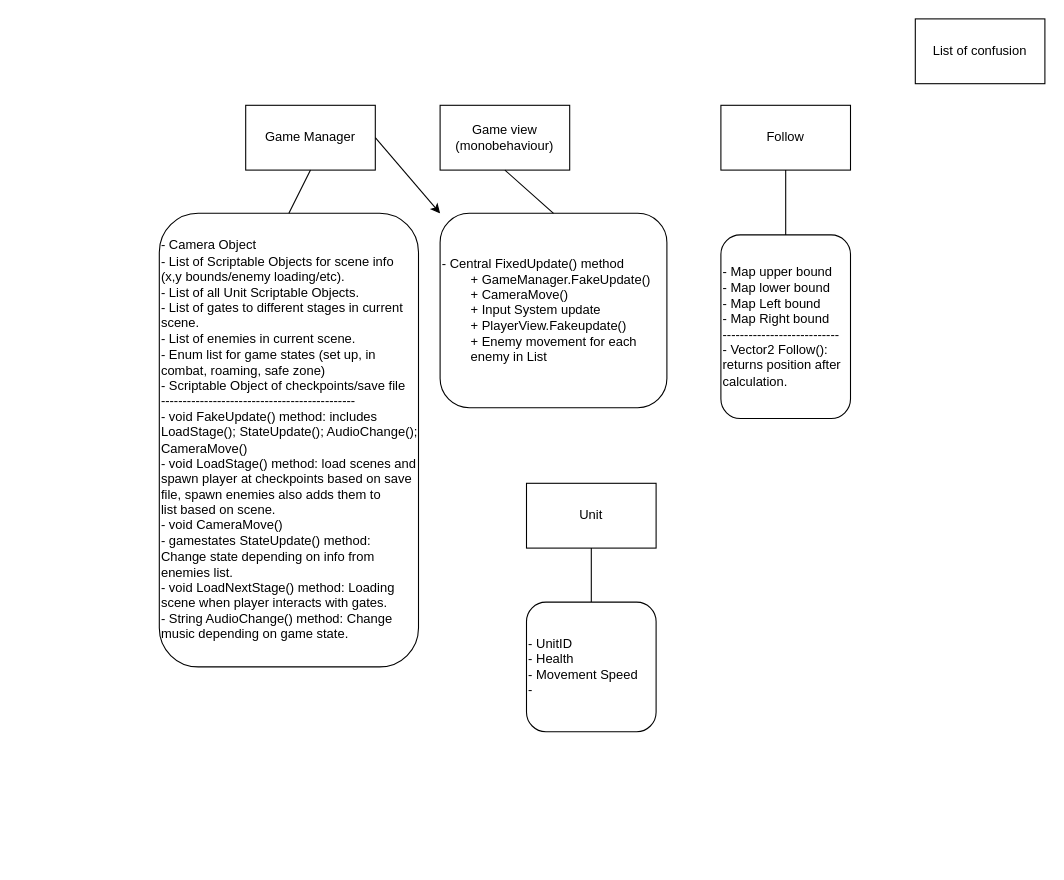
Before: Untitled Diagram.drawio in critschris/Attempt-at-Hollow-knight, a draw.io diagram. Source tidied: cells renumbered, new cells numbered last; positions are measured from the earlier drawing's top-left corner, leaving out a move shared by most shapes. Both pictures are drawn from the tidied source at 108%, with x=0, y=0 at pixel (159, 18).
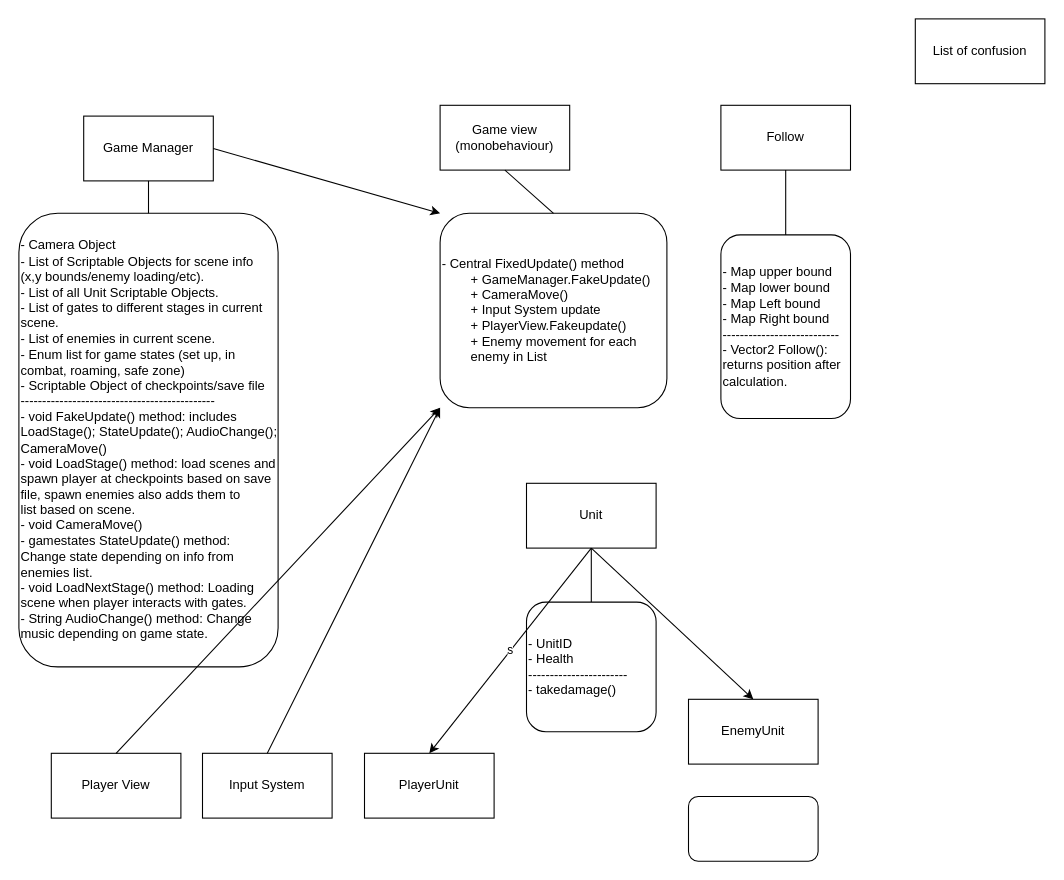
The same diagram, later.

The change refers to these unchanged cells:
```xml
<mxCell id="6" value="&lt;div&gt;- Central FixedUpdate() method&lt;/div&gt;&lt;div&gt;&lt;span style=&quot;white-space: pre;&quot;&gt;&#9;&lt;/span&gt;+ GameManager.FakeUpdate()&lt;br&gt;&lt;/div&gt;&lt;div&gt;&lt;span style=&quot;white-space: pre;&quot;&gt;&#9;&lt;/span&gt;+ CameraMove()&lt;br&gt;&lt;/div&gt;&lt;div&gt;&lt;span style=&quot;white-space: pre;&quot;&gt;&#9;&lt;/span&gt;+ Input System update&lt;br&gt;&lt;/div&gt;&lt;div&gt;&lt;span style=&quot;white-space: pre;&quot;&gt;&#9;&lt;/span&gt;+ PlayerView.Fakeupdate()&lt;br&gt;&lt;/div&gt;&lt;div&gt;&lt;span style=&quot;white-space: pre;&quot;&gt;&#9;&lt;/span&gt;+ Enemy movement for each &lt;span style=&quot;white-space: pre;&quot;&gt;&#9;&lt;/span&gt;enemy in List&lt;/div&gt;" style="rounded=1;whiteSpace=wrap;html=1;align=left;" parent="1" vertex="1">
  <mxGeometry x="260" y="180" width="210" height="180" as="geometry" />
</mxCell>
<mxCell id="13" value="Unit" style="rounded=0;whiteSpace=wrap;html=1;" parent="1" vertex="1">
  <mxGeometry x="340" y="430" width="120" height="60" as="geometry" />
</mxCell>
```

Diff of the diagram source:
```diff
@@
     <mxCell id="2" value="Game Manager" style="rounded=0;whiteSpace=wrap;html=1;" parent="1" vertex="1">
-      <mxGeometry x="80" y="80" width="120" height="60" as="geometry" />
+      <mxGeometry x="-70" y="90" width="120" height="60" as="geometry" />
     </mxCell>
     <mxCell id="3" value="&lt;div&gt;- Camera Object&lt;/div&gt;&lt;div&gt;- List of Scriptable Objects for scene info (x,y bounds/enemy loading/etc).&lt;/div&gt;&lt;div&gt;- List of all Unit Scriptable Objects.&lt;/div&gt;&lt;div&gt;- List of gates to different stages in current scene.&lt;/div&gt;&lt;div&gt;- List of enemies in current scene.&lt;br&gt;&lt;/div&gt;&lt;div&gt;- Enum list for game states (set up, in combat, roaming, safe zone)&lt;/div&gt;&lt;div&gt;- Scriptable Object of checkpoints/save file&lt;/div&gt;&lt;div&gt;---------------------------------------------&lt;/div&gt;&lt;div&gt;- void FakeUpdate() method: includes LoadStage(); StateUpdate(); AudioChange(); CameraMove()&lt;/div&gt;&lt;div&gt;- void LoadStage() method: load scenes and spawn player at checkpoints&amp;nbsp;&lt;span style=&quot;background-color: initial;&quot;&gt;based on save file&lt;/span&gt;&lt;span style=&quot;background-color: initial;&quot;&gt;, spawn enemies also adds them to list&amp;nbsp;&lt;/span&gt;&lt;span style=&quot;background-color: initial;&quot;&gt;based on scene&lt;/span&gt;&lt;span style=&quot;background-color: initial;&quot;&gt;.&lt;/span&gt;&lt;/div&gt;&lt;div&gt;&lt;span style=&quot;background-color: initial;&quot;&gt;- void CameraMove()&lt;/span&gt;&lt;/div&gt;&lt;div&gt;- gamestates StateUpdate() method: Change state depending on info from enemies list.&lt;/div&gt;&lt;div&gt;- void LoadNextStage() method: Loading scene when player interacts with gates.&lt;/div&gt;&lt;div&gt;- String AudioChange() method: Change music depending on game state.&lt;/div&gt;" style="rounded=1;whiteSpace=wrap;html=1;align=left;" parent="1" vertex="1">
-      <mxGeometry y="180" width="240" height="420" as="geometry" />
+      <mxGeometry x="-130" y="180" width="240" height="420" as="geometry" />
     </mxCell>
@@
-    <mxCell id="14" value="- UnitID&lt;div&gt;- Health&lt;/div&gt;&lt;div&gt;- Movement Speed&lt;/div&gt;&lt;div&gt;-&amp;nbsp;&lt;/div&gt;" style="rounded=1;whiteSpace=wrap;html=1;align=left;" parent="1" vertex="1">
+    <mxCell id="14" value="- UnitID&lt;div&gt;- Health&lt;/div&gt;&lt;div&gt;-----------------------&lt;/div&gt;&lt;div&gt;- takedamage()&lt;/div&gt;" style="rounded=1;whiteSpace=wrap;html=1;align=left;" parent="1" vertex="1">
       <mxGeometry x="340" y="540" width="120" height="120" as="geometry" />
     </mxCell>
@@
+    <mxCell id="16" value="PlayerUnit" style="rounded=0;whiteSpace=wrap;html=1;" parent="1" vertex="1">
+      <mxGeometry x="190" y="680" width="120" height="60" as="geometry" />
+    </mxCell>
+    <mxCell id="17" value="s" style="endArrow=classic;html=1;rounded=0;exitX=0.5;exitY=1;exitDx=0;exitDy=0;entryX=0.5;entryY=0;entryDx=0;entryDy=0;" parent="1" edge="1" source="13" target="16">
+      <mxGeometry relative="1" as="geometry" />
+    </mxCell>
+    <mxCell id="18" value="EnemyUnit" style="rounded=0;whiteSpace=wrap;html=1;" parent="1" vertex="1">
+      <mxGeometry x="490" y="630" width="120" height="60" as="geometry" />
+    </mxCell>
+    <mxCell id="19" style="endArrow=classic;html=1;rounded=0;exitX=0.5;exitY=1;exitDx=0;exitDy=0;entryX=0.5;entryY=0;entryDx=0;entryDy=0;" parent="1" edge="1" source="13" target="18">
+      <mxGeometry relative="1" as="geometry" />
+    </mxCell>
+    <mxCell id="20" style="rounded=1;whiteSpace=wrap;html=1;" parent="1" vertex="1">
+      <mxGeometry x="490" y="720" width="120" height="60" as="geometry" />
+    </mxCell>
+    <mxCell id="21" value="Player View" style="rounded=0;whiteSpace=wrap;html=1;" parent="1" vertex="1">
+      <mxGeometry x="-100" y="680" width="120" height="60" as="geometry" />
+    </mxCell>
+    <mxCell id="22" value="Input System" style="rounded=0;whiteSpace=wrap;html=1;" parent="1" vertex="1">
+      <mxGeometry x="40" y="680" width="120" height="60" as="geometry" />
+    </mxCell>
+    <mxCell id="23" style="endArrow=classic;html=1;rounded=0;exitX=0.5;exitY=0;exitDx=0;exitDy=0;entryX=0;entryY=1;entryDx=0;entryDy=0;" parent="1" edge="1" source="22" target="6">
+      <mxGeometry relative="1" as="geometry" />
+    </mxCell>
+    <mxCell id="24" style="endArrow=classic;html=1;rounded=0;exitX=0.5;exitY=0;exitDx=0;exitDy=0;entryX=0;entryY=1;entryDx=0;entryDy=0;" parent="1" edge="1" source="21" target="6">
+      <mxGeometry relative="1" as="geometry" />
+    </mxCell>
```
